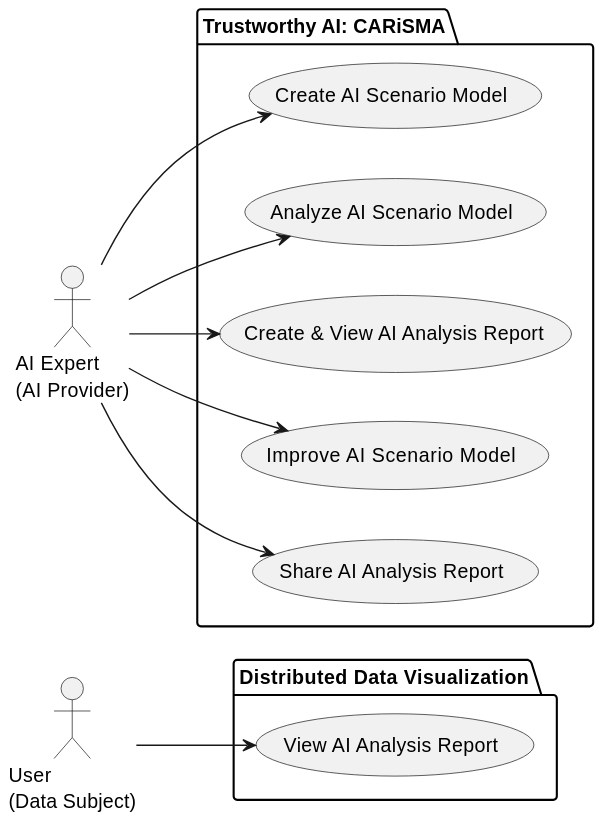
Before: docs/carisma/images/use-cases.svg, a diagram exported from PlantUML (Prometheus-X-association/t-ai-carisma). Its diagram source:
```plantuml
@startuml
left to right direction

actor u as "User\n(Data Subject)"
actor a as "AI Expert\n(AI Provider)"

package "Trustworthy AI: CARiSMA" {
	usecase UcCreate as "Create AI Scenario Model"
	usecase UcAnalyze as "Analyze AI Scenario Model"
	usecase UcView as "Create & View AI Analysis Report"
	usecase UcImprove as "Improve AI Scenario Model"
	usecase UcShare as "Share AI Analysis Report"
}
package "Distributed Data Visualization" {
	usecase UcDdView as "View AI Analysis Report"
}

a --> UcCreate
a --> UcAnalyze
a --> UcView
a --> UcImprove
a --> UcShare
u --> UcDdView
@enduml
```
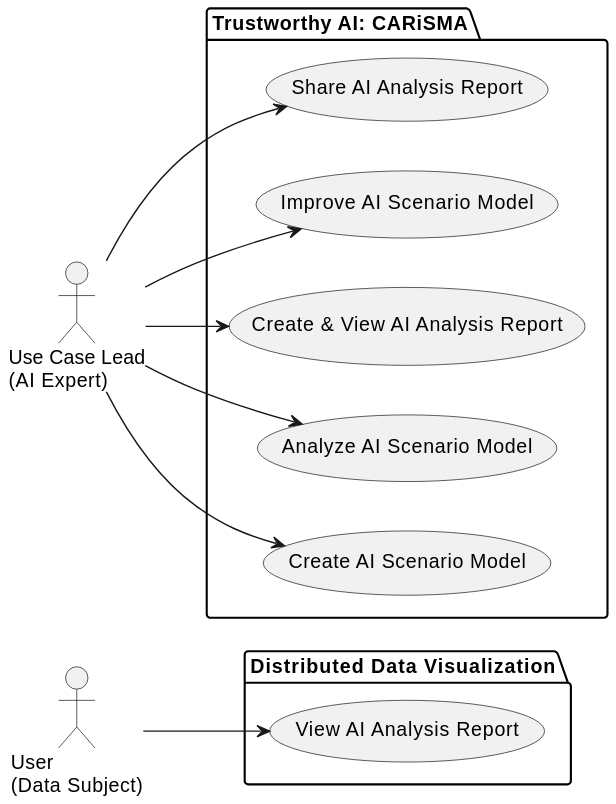
Above is the later version.

The edit, as a diff of the source:
```diff
@@ -2,7 +2,7 @@
 left to right direction
 
 actor u as "User\n(Data Subject)"
-actor a as "AI Expert\n(AI Provider)"
+actor a as "Use Case Lead\n(AI Expert)"
 
 package "Trustworthy AI: CARiSMA" {
 	usecase UcCreate as "Create AI Scenario Model"
```
